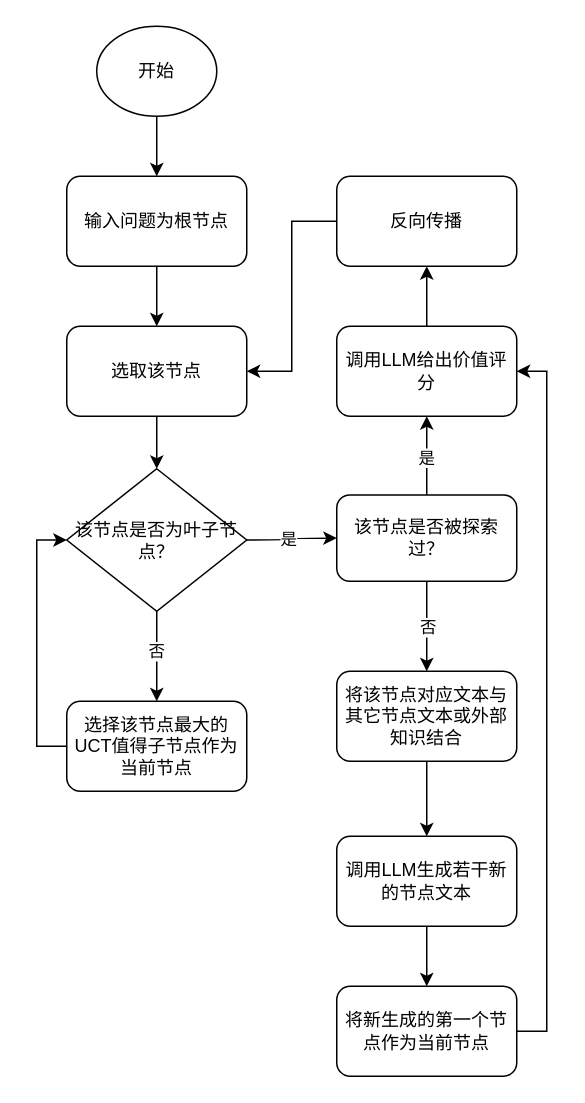
Earlier version of the draw.io diagram page "算法流程图" (4 of 5) of 航电专利1.drawio (fydgmy/jubilant-potato). Source tidied: cells renumbered, new cells numbered last; positions are measured from the earlier drawing's top-left corner, leaving out a move shared by most shapes. Both pictures are drawn from the tidied source at 150%, with x=0, y=0 at pixel (66, 26).
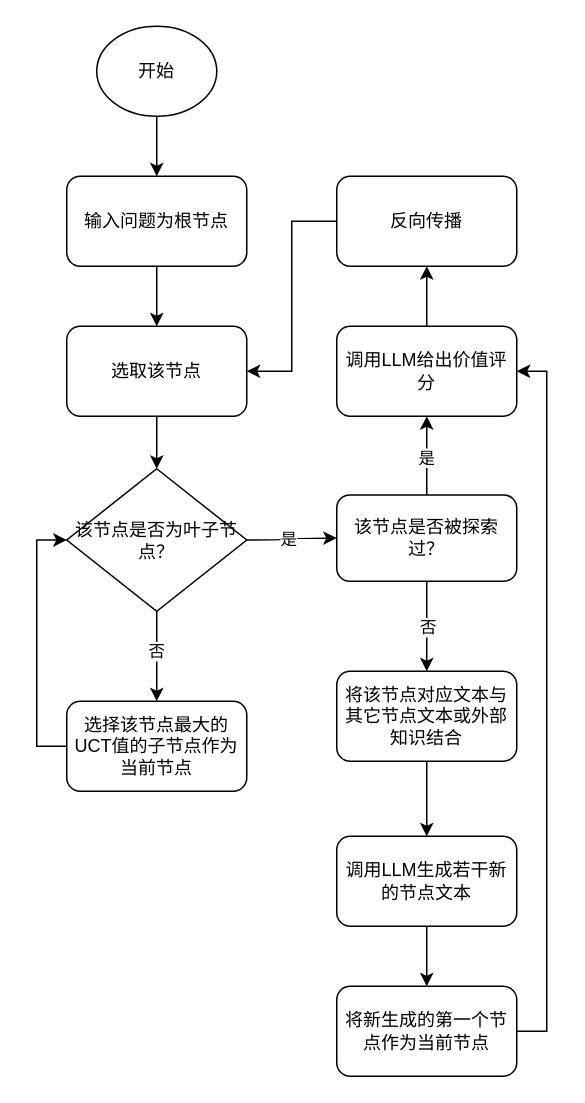
The same diagram, later.

Change to the diagram source:
```diff
@@
-    <mxCell id="14" value="选择该节点最大的UCT值得子节点作为当前节点" style="rounded=1;whiteSpace=wrap;html=1;" parent="1" vertex="1">
+    <mxCell id="14" value="选择该节点最大的UCT值的子节点作为当前节点" style="rounded=1;whiteSpace=wrap;html=1;" parent="1" vertex="1">
       <mxGeometry y="450" width="120" height="60" as="geometry" />
     </mxCell>
```
